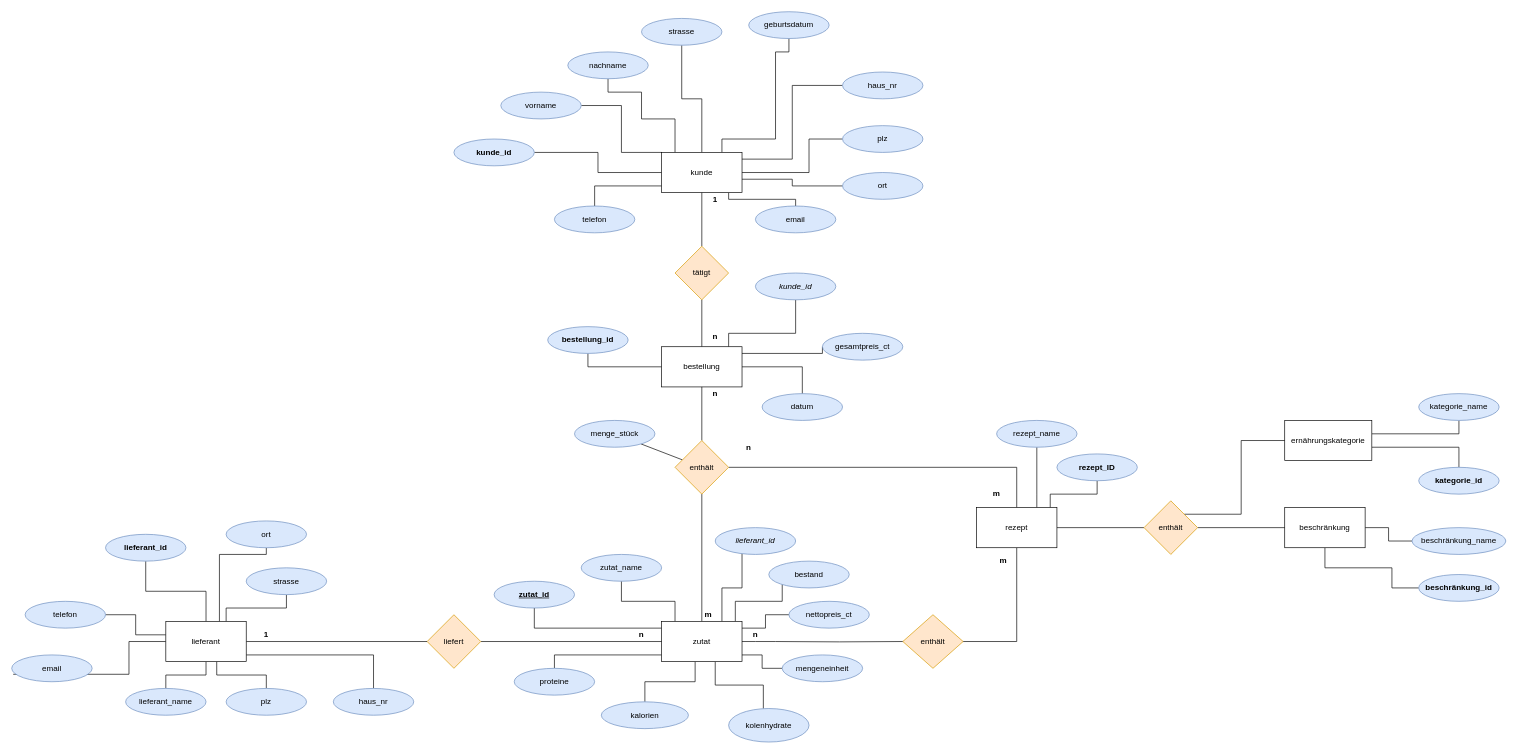
Before: database/Ist-Zustand-ERD.drawio in AlexBrightwater/Kraut_und_Rueben, a draw.io diagram. Source tidied: cells renumbered, new cells numbered last; positions are measured from the earlier drawing's top-left corner, leaving out a move shared by most shapes. Both pictures are drawn from the tidied source at 67%, with x=0, y=0 at pixel (11, 11).
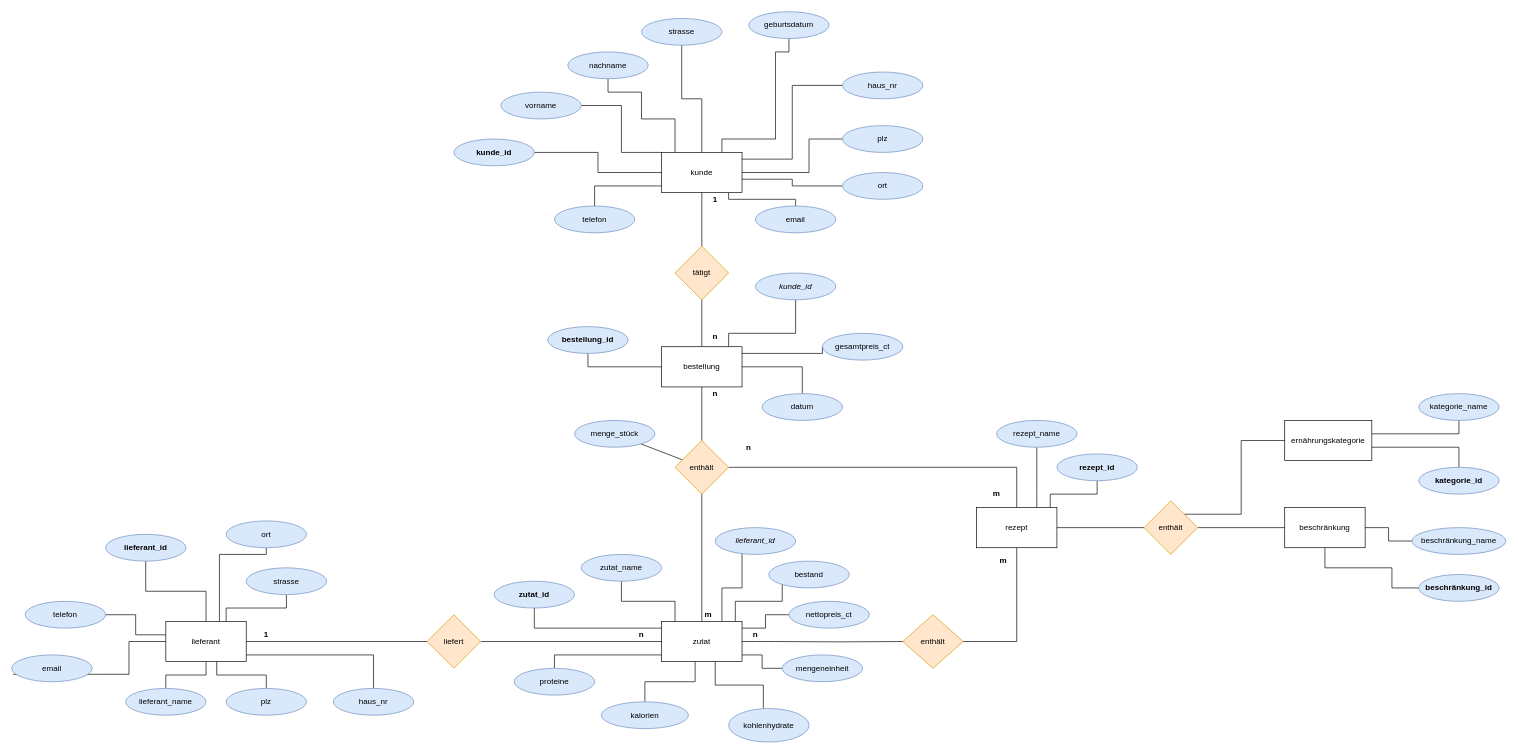
The same page after the edit.

What changed in the source:
```diff
@@
-    <mxCell id="57" value="&lt;b&gt;&lt;u&gt;zutat_id&lt;/u&gt;&lt;/b&gt;" style="ellipse;whiteSpace=wrap;html=1;fillColor=#dae8fc;strokeColor=#6c8ebf;" parent="1" vertex="1">
+    <mxCell id="57" value="&lt;b&gt;zutat_id&lt;/b&gt;" style="ellipse;whiteSpace=wrap;html=1;fillColor=#dae8fc;strokeColor=#6c8ebf;" parent="1" vertex="1">
       <mxGeometry x="720" y="850" width="120" height="40" as="geometry" />
     </mxCell>
@@
-    <mxCell id="61" value="kolenhydrate" style="ellipse;whiteSpace=wrap;html=1;fillColor=#dae8fc;strokeColor=#6c8ebf;" parent="1" vertex="1">
+    <mxCell id="61" value="kohlenhydrate" style="ellipse;whiteSpace=wrap;html=1;fillColor=#dae8fc;strokeColor=#6c8ebf;" parent="1" vertex="1">
       <mxGeometry x="1070" y="1040" width="120" height="50" as="geometry" />
     </mxCell>
@@
-    <mxCell id="90" value="&lt;b&gt;&lt;span&gt;rezept_ID&lt;/span&gt;&lt;/b&gt;" style="ellipse;whiteSpace=wrap;html=1;fillColor=#dae8fc;strokeColor=#6c8ebf;fontStyle=0;" parent="1" vertex="1">
+    <mxCell id="90" value="&lt;b&gt;&lt;span&gt;rezept_id&lt;/span&gt;&lt;/b&gt;" style="ellipse;whiteSpace=wrap;html=1;fillColor=#dae8fc;strokeColor=#6c8ebf;fontStyle=0;" parent="1" vertex="1">
       <mxGeometry x="1560" y="660" width="120" height="40" as="geometry" />
     </mxCell>
```
